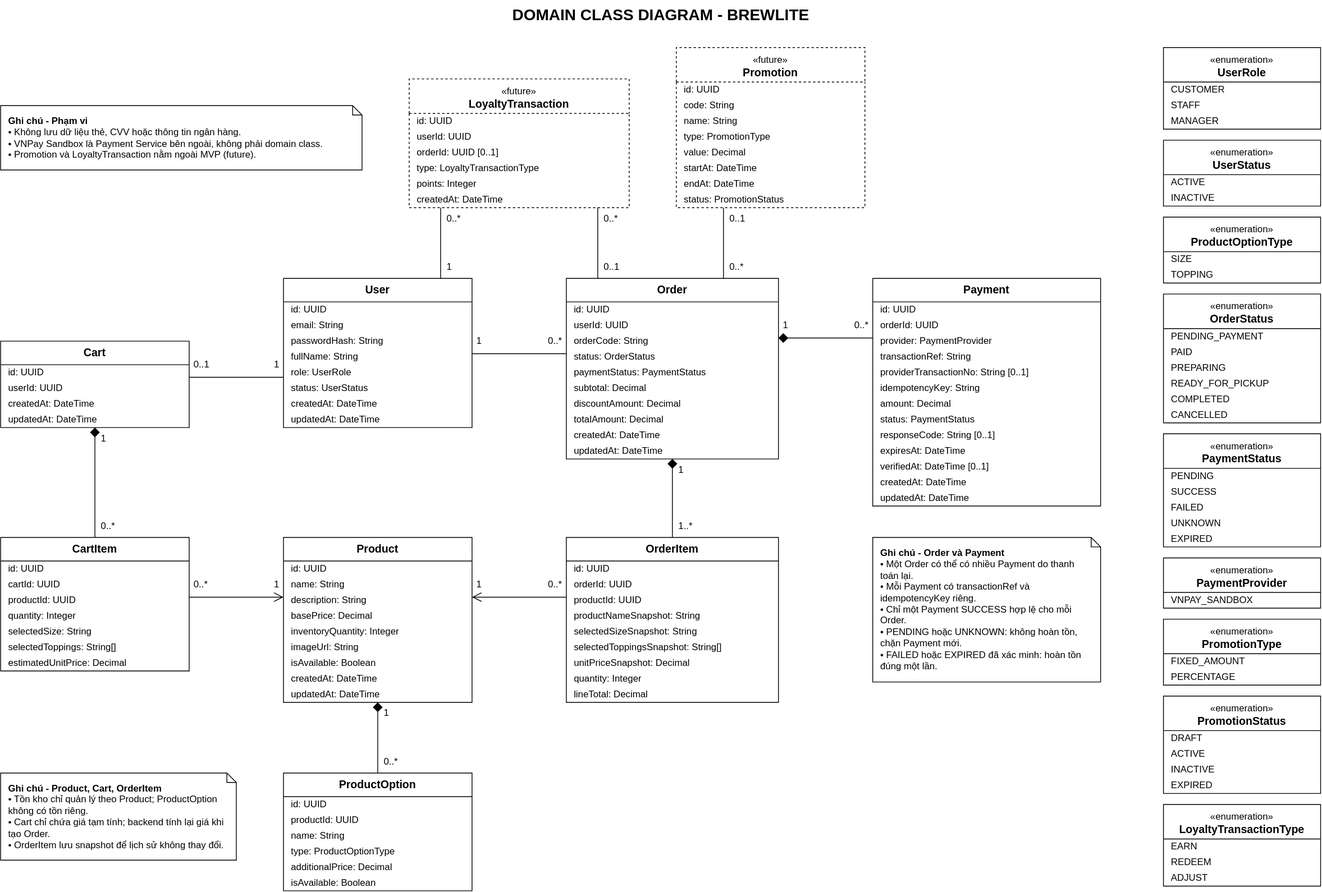
Above: docs/diagrams/exports/domain-class.svg in mhien06/BrewLite_A2 (draw.io), before the change. Source tidied: cells renumbered, new cells last; positions are measured from the earlier drawing's top-left corner, leaving out a move shared by most shapes.
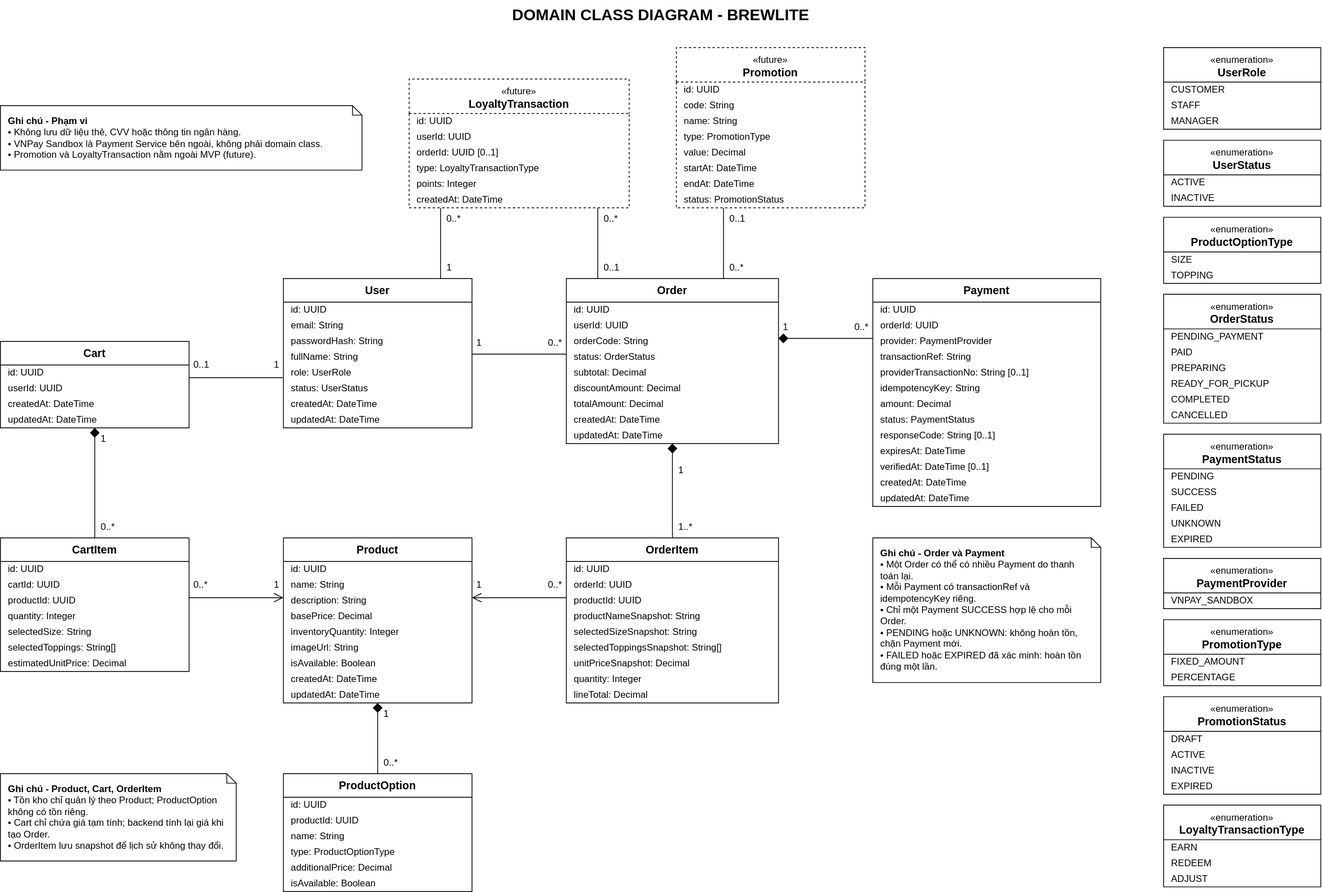
After the change.

Commit message:
docs(task2.3): address domain class review feedback

Diff of the diagram source:
```diff
@@ -123,7 +123,7 @@
       <mxGeometry y="130" width="240" height="20" as="geometry" />
     </mxCell>
     <mxCell id="42" value="Order" style="swimlane;fontStyle=1;align=center;verticalAlign=top;horizontal=1;startSize=30;whiteSpace=wrap;html=1;fillColor=#FFFFFF;swimlaneFillColor=#FFFFFF;strokeColor=#000000;fontColor=#000000;fontSize=14;" parent="1" vertex="1">
-      <mxGeometry x="720" y="354" width="270" height="230" as="geometry" />
+      <mxGeometry x="720" y="354" width="270" height="210" as="geometry" />
     </mxCell>
     <mxCell id="43" value="id: UUID" style="text;strokeColor=none;fillColor=none;align=left;verticalAlign=middle;spacingLeft=8;spacingRight=4;overflow=hidden;whiteSpace=nowrap;html=1;fontSize=12;fontColor=#000000;" parent="42" vertex="1">
       <mxGeometry y="30" width="270" height="20" as="geometry" />
@@ -137,23 +137,20 @@
     <mxCell id="46" value="status: OrderStatus" style="text;strokeColor=none;fillColor=none;align=left;verticalAlign=middle;spacingLeft=8;spacingRight=4;overflow=hidden;whiteSpace=nowrap;html=1;fontSize=12;fontColor=#000000;" parent="42" vertex="1">
       <mxGeometry y="90" width="270" height="20" as="geometry" />
     </mxCell>
-    <mxCell id="47" value="paymentStatus: PaymentStatus" style="text;strokeColor=none;fillColor=none;align=left;verticalAlign=middle;spacingLeft=8;spacingRight=4;overflow=hidden;whiteSpace=nowrap;html=1;fontSize=12;fontColor=#000000;" parent="42" vertex="1">
-      <mxGeometry y="110" width="270" height="20" as="geometry" />
-    </mxCell>
     <mxCell id="48" value="subtotal: Decimal" style="text;strokeColor=none;fillColor=none;align=left;verticalAlign=middle;spacingLeft=8;spacingRight=4;overflow=hidden;whiteSpace=nowrap;html=1;fontSize=12;fontColor=#000000;" parent="42" vertex="1">
-      <mxGeometry y="130" width="270" height="20" as="geometry" />
+      <mxGeometry y="110" width="270" height="20" as="geometry" />
     </mxCell>
     <mxCell id="49" value="discountAmount: Decimal" style="text;strokeColor=none;fillColor=none;align=left;verticalAlign=middle;spacingLeft=8;spacingRight=4;overflow=hidden;whiteSpace=nowrap;html=1;fontSize=12;fontColor=#000000;" parent="42" vertex="1">
-      <mxGeometry y="150" width="270" height="20" as="geometry" />
+      <mxGeometry y="130" width="270" height="20" as="geometry" />
     </mxCell>
     <mxCell id="50" value="totalAmount: Decimal" style="text;strokeColor=none;fillColor=none;align=left;verticalAlign=middle;spacingLeft=8;spacingRight=4;overflow=hidden;whiteSpace=nowrap;html=1;fontSize=12;fontColor=#000000;" parent="42" vertex="1">
-      <mxGeometry y="170" width="270" height="20" as="geometry" />
+      <mxGeometry y="150" width="270" height="20" as="geometry" />
     </mxCell>
     <mxCell id="51" value="createdAt: DateTime" style="text;strokeColor=none;fillColor=none;align=left;verticalAlign=middle;spacingLeft=8;spacingRight=4;overflow=hidden;whiteSpace=nowrap;html=1;fontSize=12;fontColor=#000000;" parent="42" vertex="1">
-      <mxGeometry y="190" width="270" height="20" as="geometry" />
+      <mxGeometry y="170" width="270" height="20" as="geometry" />
     </mxCell>
     <mxCell id="52" value="updatedAt: DateTime" style="text;strokeColor=none;fillColor=none;align=left;verticalAlign=middle;spacingLeft=8;spacingRight=4;overflow=hidden;whiteSpace=nowrap;html=1;fontSize=12;fontColor=#000000;" parent="42" vertex="1">
-      <mxGeometry y="210" width="270" height="20" as="geometry" />
+      <mxGeometry y="190" width="270" height="20" as="geometry" />
     </mxCell>
     <mxCell id="53" value="OrderItem" style="swimlane;fontStyle=1;align=center;verticalAlign=top;horizontal=1;startSize=30;whiteSpace=wrap;html=1;fillColor=#FFFFFF;swimlaneFillColor=#FFFFFF;strokeColor=#000000;fontColor=#000000;fontSize=14;" parent="1" vertex="1">
       <mxGeometry x="720" y="684" width="270" height="210" as="geometry" />
@@ -407,8 +404,10 @@
     <mxCell id="136" style="html=1;rounded=0;strokeColor=#000000;strokeWidth=1;startArrow=diamond;startFill=1;startSize=10;endArrow=none;exitX=0.5;exitY=1;exitDx=0;exitDy=0;exitPerimeter=0;entryX=0.5;entryY=0;entryDx=0;entryDy=0;entryPerimeter=0;" parent="1" edge="1" source="25" target="35">
       <mxGeometry relative="1" as="geometry" />
     </mxCell>
-    <mxCell id="137" style="html=1;rounded=0;strokeColor=#000000;strokeWidth=1;startArrow=none;endArrow=none;exitX=1;exitY=0.505263;exitDx=0;exitDy=0;exitPerimeter=0;entryX=0;entryY=0.417391;entryDx=0;entryDy=0;entryPerimeter=0;" parent="1" edge="1" source="3" target="42">
-      <mxGeometry relative="1" as="geometry" />
+    <mxCell id="137" style="html=1;rounded=0;strokeColor=#000000;strokeWidth=1;startArrow=none;endArrow=none;exitX=1;exitY=0.505263;exitDx=0;exitDy=0;exitPerimeter=0;" parent="1" edge="1" source="3">
+      <mxGeometry relative="1" as="geometry">
+        <mxPoint x="720" y="450" as="targetPoint" />
+      </mxGeometry>
     </mxCell>
     <mxCell id="138" style="html=1;rounded=0;strokeColor=#000000;strokeWidth=1;startArrow=diamond;startFill=1;startSize=10;endArrow=none;exitX=0.5;exitY=1;exitDx=0;exitDy=0;exitPerimeter=0;entryX=0.5;entryY=0;entryDx=0;entryDy=0;entryPerimeter=0;" parent="1" edge="1" source="42" target="53">
       <mxGeometry relative="1" as="geometry" />
@@ -416,8 +415,10 @@
     <mxCell id="139" style="html=1;rounded=0;strokeColor=#000000;strokeWidth=1;startArrow=none;endArrow=open;endFill=0;endSize=10;exitX=0;exitY=0.361905;exitDx=0;exitDy=0;exitPerimeter=0;entryX=1;entryY=0.361905;entryDx=0;entryDy=0;entryPerimeter=0;" parent="1" edge="1" source="53" target="25">
       <mxGeometry relative="1" as="geometry" />
     </mxCell>
-    <mxCell id="140" style="html=1;rounded=0;strokeColor=#000000;strokeWidth=1;startArrow=diamond;startFill=1;startSize=10;endArrow=none;exitX=1;exitY=0.330435;exitDx=0;exitDy=0;exitPerimeter=0;entryX=0;entryY=0.262069;entryDx=0;entryDy=0;entryPerimeter=0;" parent="1" edge="1" source="42" target="63">
-      <mxGeometry relative="1" as="geometry" />
+    <mxCell id="140" style="html=1;rounded=0;strokeColor=#000000;strokeWidth=1;startArrow=diamond;startFill=1;startSize=10;endArrow=none;entryX=0;entryY=0.262069;entryDx=0;entryDy=0;entryPerimeter=0;" parent="1" edge="1" target="63">
+      <mxGeometry relative="1" as="geometry">
+        <mxPoint x="990" y="430" as="sourcePoint" />
+      </mxGeometry>
     </mxCell>
     <mxCell id="141" style="html=1;rounded=0;strokeColor=#000000;strokeWidth=1;startArrow=none;endArrow=none;exitX=0.25;exitY=1;exitDx=0;exitDy=0;exitPerimeter=0;entryX=0.740741;entryY=0;entryDx=0;entryDy=0;entryPerimeter=0;" parent="1" edge="1" source="77" target="42">
       <mxGeometry relative="1" as="geometry" />
@@ -453,10 +454,10 @@
       <mxGeometry x="488" y="962" width="36" height="16" as="geometry" />
     </mxCell>
     <mxCell id="152" value="1" style="text;html=1;strokeColor=none;fillColor=none;align=left;verticalAlign=middle;whiteSpace=nowrap;overflow=visible;spacing=0;spacingLeft=0;spacingRight=0;fontSize=12;fontColor=#000000;" parent="1" vertex="1">
-      <mxGeometry x="606" y="426" width="18" height="16" as="geometry" />
+      <mxGeometry x="606" y="428" width="18" height="16" as="geometry" />
     </mxCell>
     <mxCell id="153" value="0..*" style="text;html=1;strokeColor=none;fillColor=none;align=right;verticalAlign=middle;whiteSpace=nowrap;overflow=visible;spacing=0;spacingLeft=0;spacingRight=0;fontSize=12;fontColor=#000000;" parent="1" vertex="1">
-      <mxGeometry x="678" y="426" width="36" height="16" as="geometry" />
+      <mxGeometry x="678" y="428" width="36" height="16" as="geometry" />
     </mxCell>
     <mxCell id="154" value="1" style="text;html=1;strokeColor=none;fillColor=none;align=left;verticalAlign=middle;whiteSpace=nowrap;overflow=visible;spacing=0;spacingLeft=0;spacingRight=0;fontSize=12;fontColor=#000000;" parent="1" vertex="1">
       <mxGeometry x="863" y="590" width="18" height="16" as="geometry" />
@@ -471,10 +472,10 @@
       <mxGeometry x="606" y="736" width="18" height="16" as="geometry" />
     </mxCell>
     <mxCell id="158" value="1" style="text;html=1;strokeColor=none;fillColor=none;align=left;verticalAlign=middle;whiteSpace=nowrap;overflow=visible;spacing=0;spacingLeft=0;spacingRight=0;fontSize=12;fontColor=#000000;" parent="1" vertex="1">
-      <mxGeometry x="996" y="406" width="18" height="16" as="geometry" />
+      <mxGeometry x="996" y="408" width="18" height="16" as="geometry" />
     </mxCell>
     <mxCell id="159" value="0..*" style="text;html=1;strokeColor=none;fillColor=none;align=right;verticalAlign=middle;whiteSpace=nowrap;overflow=visible;spacing=0;spacingLeft=0;spacingRight=0;fontSize=12;fontColor=#000000;" parent="1" vertex="1">
-      <mxGeometry x="1068" y="406" width="36" height="16" as="geometry" />
+      <mxGeometry x="1068" y="408" width="36" height="16" as="geometry" />
     </mxCell>
     <mxCell id="160" value="0..1" style="text;html=1;strokeColor=none;fillColor=none;align=left;verticalAlign=middle;whiteSpace=nowrap;overflow=visible;spacing=0;spacingLeft=0;spacingRight=0;fontSize=12;fontColor=#000000;" parent="1" vertex="1">
       <mxGeometry x="928" y="270" width="36" height="16" as="geometry" />
```
